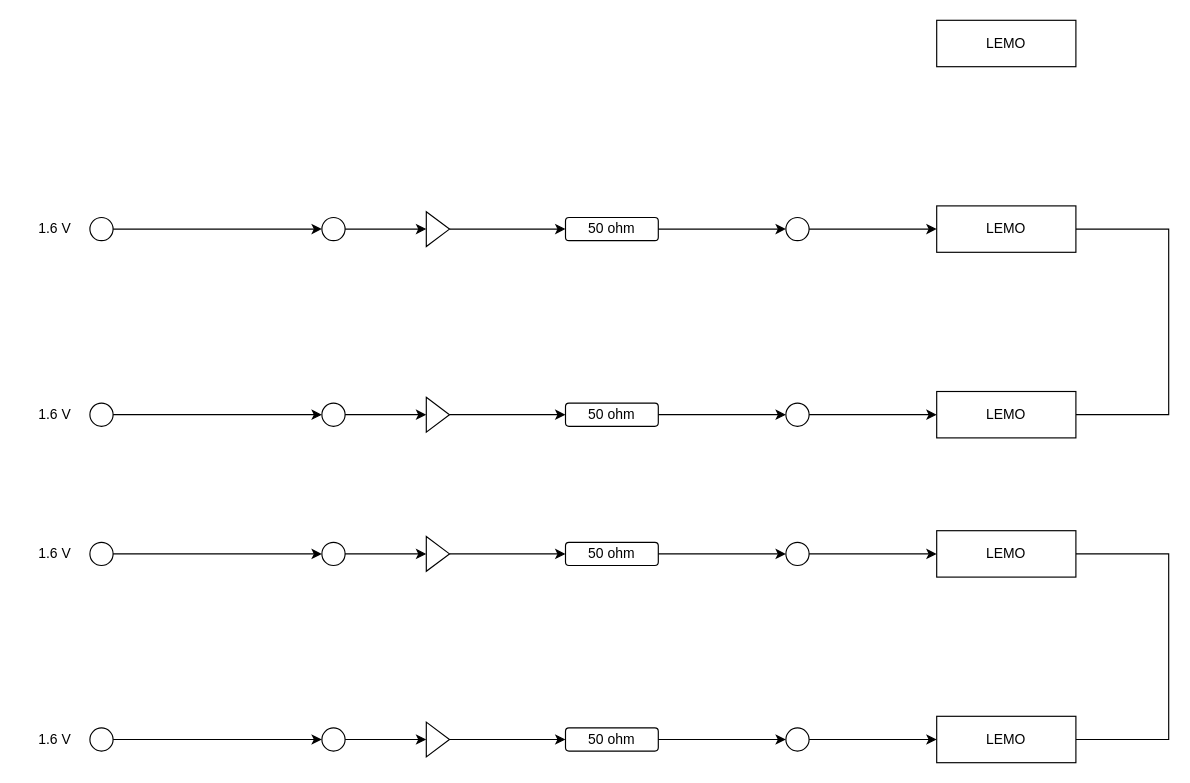
Above: page "Page-2" (2 of 3) of WIB_QC.drawio in lkebnl/Draw_IO (draw.io), before the change. Source tidied: cells renumbered, new cells numbered last; positions are measured from the earlier drawing's top-left corner, leaving out a move shared by most shapes. Both pictures are drawn from the tidied source at 116%, with x=0, y=0 at pixel (20, 20).
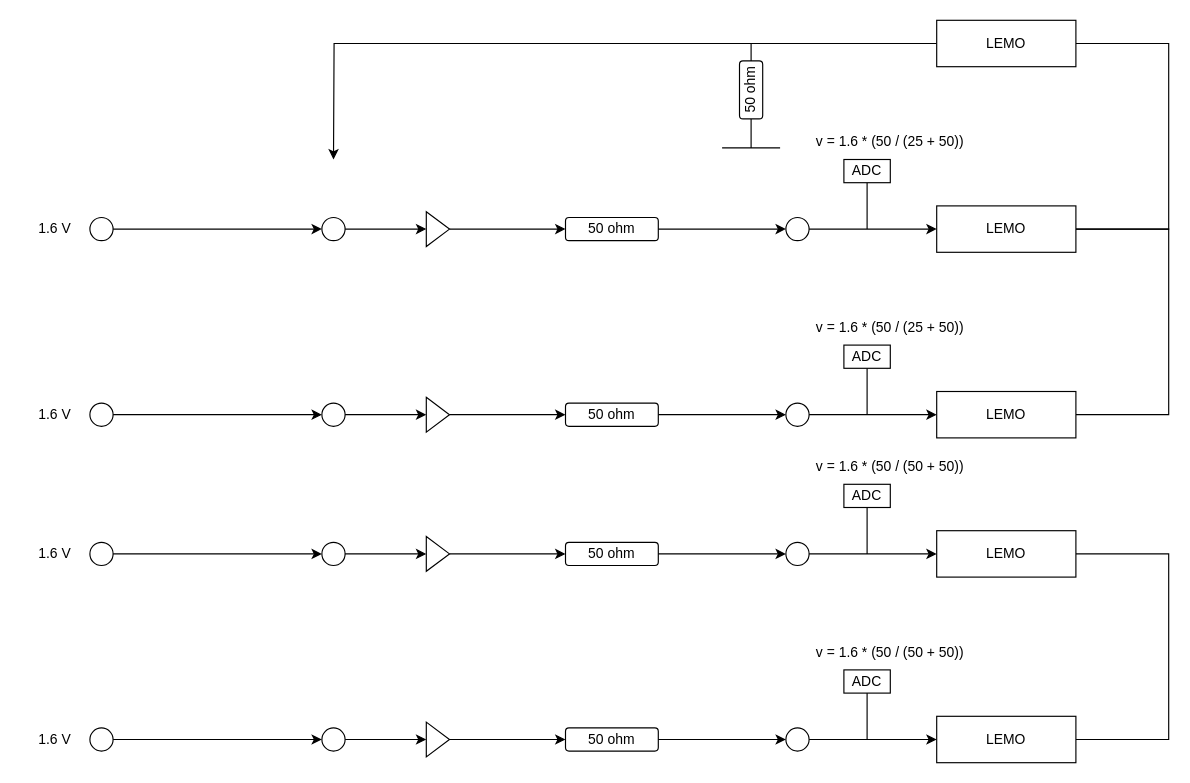
After the change.

Unchanged cells that the change refers to:
```xml
<mxCell id="12" value="LEMO" style="rounded=0;whiteSpace=wrap;html=1;" parent="1" vertex="1">
  <mxGeometry x="790" y="160" width="120" height="40" as="geometry" />
</mxCell>
<mxCell id="52" value="LEMO" style="rounded=0;whiteSpace=wrap;html=1;" parent="1" vertex="1">
  <mxGeometry x="790" width="120" height="40" as="geometry" />
</mxCell>
```

Change to the diagram source:
```diff
@@
+    <mxCell id="53" style="edgeStyle=orthogonalEdgeStyle;rounded=0;jettySize=auto;html=1;exitX=1;exitY=0.5;exitDx=0;exitDy=0;entryX=1;entryY=0.5;entryDx=0;entryDy=0;endArrow=none;startFill=0;" parent="1" edge="1" source="12" target="52">
+      <mxGeometry relative="1" as="geometry">
+        <Array as="points">
+          <mxPoint x="990" y="180" />
+          <mxPoint x="990" y="20" />
+        </Array>
+      </mxGeometry>
+    </mxCell>
@@
+    <mxCell id="54" style="edgeStyle=orthogonalEdgeStyle;rounded=0;jettySize=auto;html=1;exitX=0;exitY=0.5;exitDx=0;exitDy=0;" parent="1" edge="1" source="52">
+      <mxGeometry relative="1" as="geometry">
+        <mxPoint x="270" y="120" as="targetPoint" />
+      </mxGeometry>
+    </mxCell>
@@
+    <mxCell id="55" style="edgeStyle=orthogonalEdgeStyle;rounded=0;jettySize=auto;html=1;exitX=0.5;exitY=1;exitDx=0;exitDy=0;endArrow=none;startFill=0;" parent="1" edge="1" source="56">
+      <mxGeometry relative="1" as="geometry">
+        <mxPoint x="730" y="180" as="targetPoint" />
+      </mxGeometry>
+    </mxCell>
+    <mxCell id="56" value="ADC" style="rounded=0;whiteSpace=wrap;html=1;" parent="1" vertex="1">
+      <mxGeometry x="710" y="120" width="40" height="20" as="geometry" />
+    </mxCell>
+    <mxCell id="57" style="edgeStyle=orthogonalEdgeStyle;rounded=0;jettySize=auto;html=1;exitX=0.5;exitY=1;exitDx=0;exitDy=0;endArrow=none;startFill=0;" parent="1" edge="1" source="58">
+      <mxGeometry relative="1" as="geometry">
+        <mxPoint x="730" y="340" as="targetPoint" />
+      </mxGeometry>
+    </mxCell>
+    <mxCell id="58" value="ADC" style="rounded=0;whiteSpace=wrap;html=1;" parent="1" vertex="1">
+      <mxGeometry x="710" y="280" width="40" height="20" as="geometry" />
+    </mxCell>
+    <mxCell id="59" style="edgeStyle=orthogonalEdgeStyle;rounded=0;jettySize=auto;html=1;exitX=0.5;exitY=1;exitDx=0;exitDy=0;endArrow=none;startFill=0;" parent="1" edge="1" source="60">
+      <mxGeometry relative="1" as="geometry">
+        <mxPoint x="730" y="460" as="targetPoint" />
+      </mxGeometry>
+    </mxCell>
+    <mxCell id="60" value="ADC" style="rounded=0;whiteSpace=wrap;html=1;" parent="1" vertex="1">
+      <mxGeometry x="710" y="400" width="40" height="20" as="geometry" />
+    </mxCell>
+    <mxCell id="61" style="edgeStyle=orthogonalEdgeStyle;rounded=0;jettySize=auto;html=1;exitX=0.5;exitY=1;exitDx=0;exitDy=0;endArrow=none;startFill=0;" parent="1" edge="1" source="62">
+      <mxGeometry relative="1" as="geometry">
+        <mxPoint x="730" y="620" as="targetPoint" />
+      </mxGeometry>
+    </mxCell>
+    <mxCell id="62" value="ADC" style="rounded=0;whiteSpace=wrap;html=1;" parent="1" vertex="1">
+      <mxGeometry x="710" y="560" width="40" height="20" as="geometry" />
+    </mxCell>
+    <mxCell id="63" style="edgeStyle=orthogonalEdgeStyle;rounded=0;jettySize=auto;html=1;exitX=1;exitY=0.5;exitDx=0;exitDy=0;endArrow=none;startFill=0;" parent="1" edge="1" source="65">
+      <mxGeometry relative="1" as="geometry">
+        <mxPoint x="630" y="20" as="targetPoint" />
+      </mxGeometry>
+    </mxCell>
+    <mxCell id="64" style="edgeStyle=orthogonalEdgeStyle;rounded=0;jettySize=auto;html=1;exitX=0;exitY=0.5;exitDx=0;exitDy=0;endArrow=none;startFill=0;" parent="1" edge="1" source="65">
+      <mxGeometry relative="1" as="geometry">
+        <mxPoint x="630" y="110" as="targetPoint" />
+      </mxGeometry>
+    </mxCell>
+    <mxCell id="65" value="50 ohm" style="rounded=1;whiteSpace=wrap;html=1;rotation=-90;" parent="1" vertex="1">
+      <mxGeometry x="605" y="50" width="50" height="20" as="geometry" />
+    </mxCell>
+    <mxCell id="66" style="endArrow=none;html=1;rounded=0;" parent="1" edge="1">
+      <mxGeometry relative="1" as="geometry">
+        <mxPoint x="605" y="110" as="sourcePoint" />
+        <mxPoint x="655" y="110" as="targetPoint" />
+      </mxGeometry>
+    </mxCell>
+    <mxCell id="67" value="v = 1.6 * (50 / (25 + 50))" style="text;html=1;align=center;verticalAlign=middle;whiteSpace=wrap;rounded=0;" parent="1" vertex="1">
+      <mxGeometry x="670" y="90" width="160" height="30" as="geometry" />
+    </mxCell>
+    <mxCell id="68" value="v = 1.6 * (50 / (25 + 50))" style="text;html=1;align=center;verticalAlign=middle;whiteSpace=wrap;rounded=0;" parent="1" vertex="1">
+      <mxGeometry x="670" y="250" width="160" height="30" as="geometry" />
+    </mxCell>
+    <mxCell id="69" value="v = 1.6 * (50 / (50 + 50))" style="text;html=1;align=center;verticalAlign=middle;whiteSpace=wrap;rounded=0;" parent="1" vertex="1">
+      <mxGeometry x="670" y="370" width="160" height="30" as="geometry" />
+    </mxCell>
+    <mxCell id="70" value="v = 1.6 * (50 / (50 + 50))" style="text;html=1;align=center;verticalAlign=middle;whiteSpace=wrap;rounded=0;" parent="1" vertex="1">
+      <mxGeometry x="670" y="530" width="160" height="30" as="geometry" />
+    </mxCell>
```
